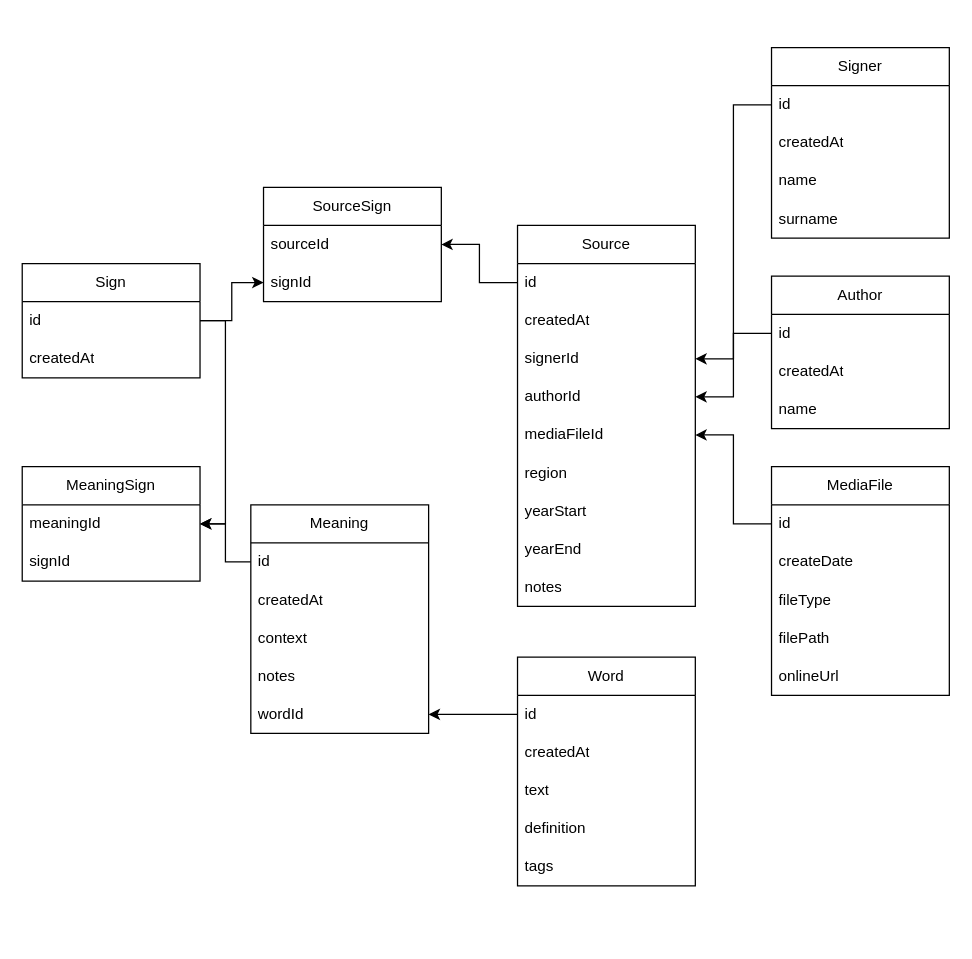
This is database_schema.drawio from Hoinkas/SignArchive, a draw.io file, before an edit. Source tidied: cells renumbered, new cells numbered last; positions are measured from the earlier drawing's top-left corner, leaving out a move shared by most shapes. Both pictures are drawn from the tidied source at 127%, with x=0, y=0 at pixel (22, 47).
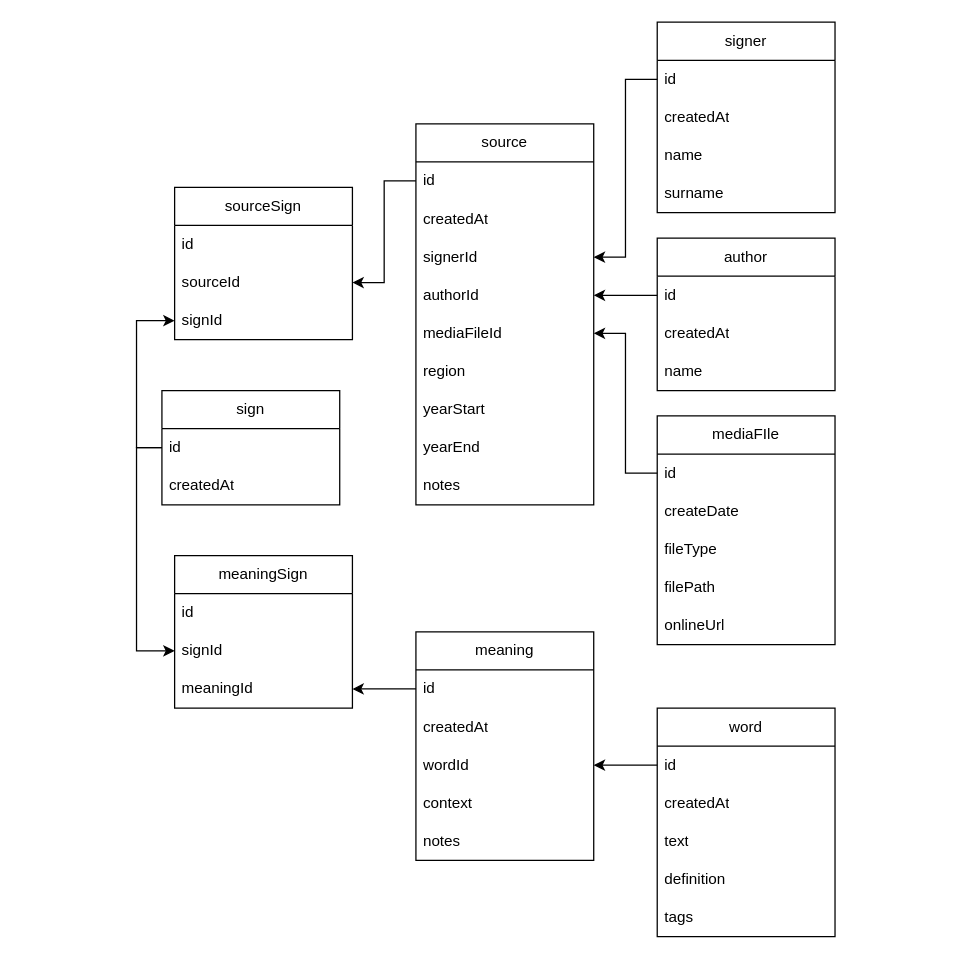
After the change.

The change refers to these unchanged cells:
```xml
<mxCell id="3" value="id" style="text;strokeColor=none;fillColor=none;align=left;verticalAlign=middle;spacingLeft=4;spacingRight=4;overflow=hidden;points=[[0,0.5],[1,0.5]];portConstraint=eastwest;whiteSpace=wrap;html=1;" parent="2" vertex="1">
  <mxGeometry y="30" width="140" height="30" as="geometry" />
</mxCell>
<mxCell id="9" value="id" style="text;strokeColor=none;fillColor=none;align=left;verticalAlign=middle;spacingLeft=4;spacingRight=4;overflow=hidden;points=[[0,0.5],[1,0.5]];portConstraint=eastwest;whiteSpace=wrap;html=1;" parent="8" vertex="1">
  <mxGeometry y="30" width="140" height="30" as="geometry" />
</mxCell>
<mxCell id="14" value="id" style="text;strokeColor=none;fillColor=none;align=left;verticalAlign=middle;spacingLeft=4;spacingRight=4;overflow=hidden;points=[[0,0.5],[1,0.5]];portConstraint=eastwest;whiteSpace=wrap;html=1;" parent="13" vertex="1">
  <mxGeometry y="30" width="140" height="30" as="geometry" />
</mxCell>
<mxCell id="24" value="id" style="text;strokeColor=none;fillColor=none;align=left;verticalAlign=middle;spacingLeft=4;spacingRight=4;overflow=hidden;points=[[0,0.5],[1,0.5]];portConstraint=eastwest;whiteSpace=wrap;html=1;" parent="23" vertex="1">
  <mxGeometry y="30" width="140" height="30" as="geometry" />
</mxCell>
<mxCell id="30" value="id" style="text;strokeColor=none;fillColor=none;align=left;verticalAlign=middle;spacingLeft=4;spacingRight=4;overflow=hidden;points=[[0,0.5],[1,0.5]];portConstraint=eastwest;whiteSpace=wrap;html=1;" parent="29" vertex="1">
  <mxGeometry y="30" width="140" height="30" as="geometry" />
</mxCell>
<mxCell id="33" value="id" style="text;strokeColor=none;fillColor=none;align=left;verticalAlign=middle;spacingLeft=4;spacingRight=4;overflow=hidden;points=[[0,0.5],[1,0.5]];portConstraint=eastwest;whiteSpace=wrap;html=1;" parent="32" vertex="1">
  <mxGeometry y="30" width="140" height="30" as="geometry" />
</mxCell>
```

What changed in the source:
```diff
@@
-    <mxCell id="2" value="Meaning" style="swimlane;fontStyle=0;horizontal=1;startSize=30;whiteSpace=wrap;html=1;" parent="1" vertex="1">
-      <mxGeometry x="180" y="360" width="140" height="180" as="geometry" />
+    <mxCell id="2" value="meaning" style="swimlane;fontStyle=0;horizontal=1;startSize=30;whiteSpace=wrap;html=1;" parent="1" vertex="1">
+      <mxGeometry x="310" y="460" width="140" height="180" as="geometry" />
     </mxCell>
@@
+    <mxCell id="7" value="wordId" style="text;strokeColor=none;fillColor=none;align=left;verticalAlign=middle;spacingLeft=4;spacingRight=4;overflow=hidden;points=[[0,0.5],[1,0.5]];portConstraint=eastwest;whiteSpace=wrap;html=1;" parent="2" vertex="1">
+      <mxGeometry y="90" width="140" height="30" as="geometry" />
+    </mxCell>
     <mxCell id="5" value="context" style="text;strokeColor=none;fillColor=none;align=left;verticalAlign=middle;spacingLeft=4;spacingRight=4;overflow=hidden;whiteSpace=wrap;html=1;" parent="2" vertex="1">
-      <mxGeometry y="90" width="140" height="30" as="geometry" />
+      <mxGeometry y="120" width="140" height="30" as="geometry" />
     </mxCell>
     <mxCell id="6" value="notes" style="text;strokeColor=none;fillColor=none;align=left;verticalAlign=middle;spacingLeft=4;spacingRight=4;overflow=hidden;whiteSpace=wrap;html=1;" parent="2" vertex="1">
-      <mxGeometry y="120" width="140" height="30" as="geometry" />
+      <mxGeometry y="150" width="140" height="30" as="geometry" />
     </mxCell>
-    <mxCell id="7" value="wordId" style="text;strokeColor=none;fillColor=none;align=left;verticalAlign=middle;spacingLeft=4;spacingRight=4;overflow=hidden;points=[[0,0.5],[1,0.5]];portConstraint=eastwest;whiteSpace=wrap;html=1;" parent="2" vertex="1">
-      <mxGeometry y="150" width="140" height="30" as="geometry" />
-    </mxCell>
-    <mxCell id="8" value="Signer" style="swimlane;fontStyle=0;horizontal=1;startSize=30;whiteSpace=wrap;html=1;" parent="1" vertex="1">
-      <mxGeometry x="590" width="140" height="150" as="geometry" />
+    <mxCell id="8" value="signer" style="swimlane;fontStyle=0;horizontal=1;startSize=30;whiteSpace=wrap;html=1;" parent="1" vertex="1">
+      <mxGeometry x="500" y="-20" width="140" height="150" as="geometry" />
     </mxCell>
@@
-    <mxCell id="13" value="Source" style="swimlane;fontStyle=0;horizontal=1;startSize=30;whiteSpace=wrap;html=1;" parent="1" vertex="1">
-      <mxGeometry x="390" y="140" width="140" height="300" as="geometry" />
+    <mxCell id="13" value="source" style="swimlane;fontStyle=0;horizontal=1;startSize=30;whiteSpace=wrap;html=1;" parent="1" vertex="1">
+      <mxGeometry x="310" y="60" width="140" height="300" as="geometry" />
     </mxCell>
@@
+    <mxCell id="56" value="createdAt" style="text;strokeColor=none;fillColor=none;align=left;verticalAlign=middle;spacingLeft=4;spacingRight=4;overflow=hidden;whiteSpace=wrap;html=1;" parent="13" vertex="1">
+      <mxGeometry y="60" width="140" height="30" as="geometry" />
+    </mxCell>
+    <mxCell id="57" value="signerId" style="text;strokeColor=none;fillColor=none;align=left;verticalAlign=middle;spacingLeft=4;spacingRight=4;overflow=hidden;points=[[0,0.5],[1,0.5]];portConstraint=eastwest;whiteSpace=wrap;html=1;" parent="13" vertex="1">
+      <mxGeometry y="90" width="140" height="30" as="geometry" />
+    </mxCell>
-    <mxCell id="15" value="createdAt" style="text;strokeColor=none;fillColor=none;align=left;verticalAlign=middle;spacingLeft=4;spacingRight=4;overflow=hidden;points=[[0,0.5],[1,0.5]];portConstraint=eastwest;whiteSpace=wrap;html=1;" parent="13" vertex="1">
-      <mxGeometry y="60" width="140" height="30" as="geometry" />
+    <mxCell id="15" value="authorId" style="text;strokeColor=none;fillColor=none;align=left;verticalAlign=middle;spacingLeft=4;spacingRight=4;overflow=hidden;points=[[0,0.5],[1,0.5]];portConstraint=eastwest;whiteSpace=wrap;html=1;" parent="13" vertex="1">
+      <mxGeometry y="120" width="140" height="30" as="geometry" />
     </mxCell>
-    <mxCell id="16" value="signerId" style="text;strokeColor=none;fillColor=none;align=left;verticalAlign=middle;spacingLeft=4;spacingRight=4;overflow=hidden;points=[[0,0.5],[1,0.5]];portConstraint=eastwest;whiteSpace=wrap;html=1;" parent="13" vertex="1">
-      <mxGeometry y="90" width="140" height="30" as="geometry" />
+    <mxCell id="16" value="mediaFileId" style="text;strokeColor=none;fillColor=none;align=left;verticalAlign=middle;spacingLeft=4;spacingRight=4;overflow=hidden;points=[[0,0.5],[1,0.5]];portConstraint=eastwest;whiteSpace=wrap;html=1;" parent="13" vertex="1">
+      <mxGeometry y="150" width="140" height="30" as="geometry" />
     </mxCell>
-    <mxCell id="17" value="authorId" style="text;strokeColor=none;fillColor=none;align=left;verticalAlign=middle;spacingLeft=4;spacingRight=4;overflow=hidden;points=[[0,0.5],[1,0.5]];portConstraint=eastwest;whiteSpace=wrap;html=1;" parent="13" vertex="1">
-      <mxGeometry y="120" width="140" height="30" as="geometry" />
+    <mxCell id="17" value="region" style="text;strokeColor=none;fillColor=none;align=left;verticalAlign=middle;spacingLeft=4;spacingRight=4;overflow=hidden;points=[[0,0.5],[1,0.5]];portConstraint=eastwest;whiteSpace=wrap;html=1;" parent="13" vertex="1">
+      <mxGeometry y="180" width="140" height="30" as="geometry" />
     </mxCell>
-    <mxCell id="18" value="mediaFileId" style="text;strokeColor=none;fillColor=none;align=left;verticalAlign=middle;spacingLeft=4;spacingRight=4;overflow=hidden;points=[[0,0.5],[1,0.5]];portConstraint=eastwest;whiteSpace=wrap;html=1;" parent="13" vertex="1">
-      <mxGeometry y="150" width="140" height="30" as="geometry" />
-    </mxCell>
-    <mxCell id="19" value="region" style="text;strokeColor=none;fillColor=none;align=left;verticalAlign=middle;spacingLeft=4;spacingRight=4;overflow=hidden;whiteSpace=wrap;html=1;" parent="13" vertex="1">
-      <mxGeometry y="180" width="140" height="30" as="geometry" />
-    </mxCell>
@@
-    <mxCell id="23" value="Word" style="swimlane;fontStyle=0;horizontal=1;startSize=30;whiteSpace=wrap;html=1;" parent="1" vertex="1">
-      <mxGeometry x="390" y="480" width="140" height="180" as="geometry" />
+    <mxCell id="23" value="word" style="swimlane;fontStyle=0;horizontal=1;startSize=30;whiteSpace=wrap;html=1;" parent="1" vertex="1">
+      <mxGeometry x="500" y="520" width="140" height="180" as="geometry" />
     </mxCell>
@@
-    <mxCell id="29" value="Sign" style="swimlane;fontStyle=0;horizontal=1;startSize=30;whiteSpace=wrap;html=1;" parent="1" vertex="1">
-      <mxGeometry y="170" width="140" height="90" as="geometry" />
+    <mxCell id="29" value="sign" style="swimlane;fontStyle=0;horizontal=1;startSize=30;whiteSpace=wrap;html=1;" parent="1" vertex="1">
+      <mxGeometry x="110" y="270" width="140" height="90" as="geometry" />
     </mxCell>
@@
-    <mxCell id="32" value="Author" style="swimlane;fontStyle=0;horizontal=1;startSize=30;whiteSpace=wrap;html=1;" parent="1" vertex="1">
-      <mxGeometry x="590" y="180" width="140" height="120" as="geometry" />
+    <mxCell id="32" value="author" style="swimlane;fontStyle=0;horizontal=1;startSize=30;whiteSpace=wrap;html=1;" parent="1" vertex="1">
+      <mxGeometry x="500" y="150" width="140" height="120" as="geometry" />
     </mxCell>
@@
-    <mxCell id="36" value="MeaningSign" style="swimlane;fontStyle=0;horizontal=1;startSize=30;whiteSpace=wrap;html=1;" parent="1" vertex="1">
-      <mxGeometry y="330" width="140" height="90" as="geometry" />
+    <mxCell id="36" value="meaningSign" style="swimlane;fontStyle=0;horizontal=1;startSize=30;whiteSpace=wrap;html=1;" parent="1" vertex="1">
+      <mxGeometry x="120" y="400" width="140" height="120" as="geometry" />
     </mxCell>
+    <mxCell id="58" value="id" style="text;strokeColor=none;fillColor=none;align=left;verticalAlign=middle;spacingLeft=4;spacingRight=4;overflow=hidden;whiteSpace=wrap;html=1;" parent="36" vertex="1">
+      <mxGeometry y="30" width="140" height="30" as="geometry" />
+    </mxCell>
+    <mxCell id="38" value="signId" style="text;strokeColor=none;fillColor=none;align=left;verticalAlign=middle;spacingLeft=4;spacingRight=4;overflow=hidden;points=[[0,0.5],[1,0.5]];portConstraint=eastwest;whiteSpace=wrap;html=1;" parent="36" vertex="1">
+      <mxGeometry y="60" width="140" height="30" as="geometry" />
+    </mxCell>
     <mxCell id="37" value="meaningId" style="text;strokeColor=none;fillColor=none;align=left;verticalAlign=middle;spacingLeft=4;spacingRight=4;overflow=hidden;points=[[0,0.5],[1,0.5]];portConstraint=eastwest;whiteSpace=wrap;html=1;" parent="36" vertex="1">
-      <mxGeometry y="30" width="140" height="30" as="geometry" />
+      <mxGeometry y="90" width="140" height="30" as="geometry" />
     </mxCell>
-    <mxCell id="38" value="signId" style="text;strokeColor=none;fillColor=none;align=left;verticalAlign=middle;spacingLeft=4;spacingRight=4;overflow=hidden;points=[[0,0.5],[1,0.5]];portConstraint=eastwest;whiteSpace=wrap;html=1;" parent="36" vertex="1">
-      <mxGeometry y="60" width="140" height="30" as="geometry" />
-    </mxCell>
-    <mxCell id="39" style="edgeStyle=orthogonalEdgeStyle;rounded=0;jettySize=auto;html=1;exitX=1;exitY=0.5;exitDx=0;exitDy=0;entryX=1;entryY=0.5;entryDx=0;entryDy=0;" parent="1" edge="1" source="30" target="37">
-      <mxGeometry relative="1" as="geometry" />
-    </mxCell>
-    <mxCell id="40" value="SourceSign" style="swimlane;fontStyle=0;horizontal=1;startSize=30;whiteSpace=wrap;html=1;" parent="1" vertex="1">
-      <mxGeometry x="190" y="110" width="140" height="90" as="geometry" />
+    <mxCell id="40" value="sourceSign" style="swimlane;fontStyle=0;horizontal=1;startSize=30;whiteSpace=wrap;html=1;" parent="1" vertex="1">
+      <mxGeometry x="120" y="110" width="140" height="120" as="geometry" />
     </mxCell>
+    <mxCell id="59" value="id" style="text;strokeColor=none;fillColor=none;align=left;verticalAlign=middle;spacingLeft=4;spacingRight=4;overflow=hidden;whiteSpace=wrap;html=1;" parent="40" vertex="1">
+      <mxGeometry y="30" width="140" height="30" as="geometry" />
+    </mxCell>
     <mxCell id="41" value="sourceId" style="text;strokeColor=none;fillColor=none;align=left;verticalAlign=middle;spacingLeft=4;spacingRight=4;overflow=hidden;points=[[0,0.5],[1,0.5]];portConstraint=eastwest;whiteSpace=wrap;html=1;" parent="40" vertex="1">
-      <mxGeometry y="30" width="140" height="30" as="geometry" />
+      <mxGeometry y="60" width="140" height="30" as="geometry" />
     </mxCell>
     <mxCell id="42" value="signId" style="text;strokeColor=none;fillColor=none;align=left;verticalAlign=middle;spacingLeft=4;spacingRight=4;overflow=hidden;points=[[0,0.5],[1,0.5]];portConstraint=eastwest;whiteSpace=wrap;html=1;" parent="40" vertex="1">
-      <mxGeometry y="60" width="140" height="30" as="geometry" />
+      <mxGeometry y="90" width="140" height="30" as="geometry" />
     </mxCell>
+    <mxCell id="55" style="edgeStyle=orthogonalEdgeStyle;rounded=0;jettySize=auto;html=1;exitX=0;exitY=0.5;exitDx=0;exitDy=0;entryX=1;entryY=0.5;entryDx=0;entryDy=0;" parent="1" edge="1" source="24" target="7">
+      <mxGeometry relative="1" as="geometry" />
+    </mxCell>
-    <mxCell id="43" style="edgeStyle=orthogonalEdgeStyle;rounded=0;jettySize=auto;html=1;exitX=0;exitY=0.5;exitDx=0;exitDy=0;entryX=1;entryY=0.5;entryDx=0;entryDy=0;" parent="1" edge="1" source="3" target="37">
+    <mxCell id="43" style="edgeStyle=orthogonalEdgeStyle;rounded=0;jettySize=auto;html=1;exitX=0;exitY=0.5;exitDx=0;exitDy=0;" parent="1" edge="1" source="3" target="37">
       <mxGeometry relative="1" as="geometry" />
     </mxCell>
-    <mxCell id="44" value="MediaFile" style="swimlane;fontStyle=0;horizontal=1;startSize=30;whiteSpace=wrap;html=1;" parent="1" vertex="1">
-      <mxGeometry x="590" y="330" width="140" height="180" as="geometry" />
-    </mxCell>
-    <mxCell id="45" value="id" style="text;strokeColor=none;fillColor=none;align=left;verticalAlign=middle;spacingLeft=4;spacingRight=4;overflow=hidden;points=[[0,0.5],[1,0.5]];portConstraint=eastwest;whiteSpace=wrap;html=1;" parent="44" vertex="1">
-      <mxGeometry y="30" width="140" height="30" as="geometry" />
-    </mxCell>
+    <mxCell id="51" style="edgeStyle=orthogonalEdgeStyle;rounded=0;jettySize=auto;html=1;exitX=0;exitY=0.5;exitDx=0;exitDy=0;" parent="1" edge="1" source="14" target="41">
+      <mxGeometry relative="1" as="geometry" />
+    </mxCell>
+    <mxCell id="60" value="mediaFIle" style="swimlane;fontStyle=0;horizontal=1;startSize=30;whiteSpace=wrap;html=1;" parent="1" vertex="1">
+      <mxGeometry x="500" y="290" width="140" height="180" as="geometry" />
+    </mxCell>
+    <mxCell id="61" value="id" style="text;strokeColor=none;fillColor=none;align=left;verticalAlign=middle;spacingLeft=4;spacingRight=4;overflow=hidden;points=[[0,0.5],[1,0.5]];portConstraint=eastwest;whiteSpace=wrap;html=1;" parent="60" vertex="1">
+      <mxGeometry y="30" width="140" height="30" as="geometry" />
+    </mxCell>
-    <mxCell id="46" value="createDate" style="text;strokeColor=none;fillColor=none;align=left;verticalAlign=middle;spacingLeft=4;spacingRight=4;overflow=hidden;whiteSpace=wrap;html=1;" parent="44" vertex="1">
+    <mxCell id="46" value="createDate" style="text;strokeColor=none;fillColor=none;align=left;verticalAlign=middle;spacingLeft=4;spacingRight=4;overflow=hidden;whiteSpace=wrap;html=1;" parent="60" vertex="1">
       <mxGeometry y="60" width="140" height="30" as="geometry" />
     </mxCell>
-    <mxCell id="47" value="fileType" style="text;strokeColor=none;fillColor=none;align=left;verticalAlign=middle;spacingLeft=4;spacingRight=4;overflow=hidden;whiteSpace=wrap;html=1;" parent="44" vertex="1">
+    <mxCell id="47" value="fileType" style="text;strokeColor=none;fillColor=none;align=left;verticalAlign=middle;spacingLeft=4;spacingRight=4;overflow=hidden;whiteSpace=wrap;html=1;" parent="60" vertex="1">
       <mxGeometry y="90" width="140" height="30" as="geometry" />
     </mxCell>
-    <mxCell id="48" value="filePath" style="text;strokeColor=none;fillColor=none;align=left;verticalAlign=middle;spacingLeft=4;spacingRight=4;overflow=hidden;whiteSpace=wrap;html=1;" parent="44" vertex="1">
+    <mxCell id="48" value="filePath" style="text;strokeColor=none;fillColor=none;align=left;verticalAlign=middle;spacingLeft=4;spacingRight=4;overflow=hidden;whiteSpace=wrap;html=1;" parent="60" vertex="1">
       <mxGeometry y="120" width="140" height="30" as="geometry" />
     </mxCell>
-    <mxCell id="49" value="onlineUrl" style="text;strokeColor=none;fillColor=none;align=left;verticalAlign=middle;spacingLeft=4;spacingRight=4;overflow=hidden;whiteSpace=wrap;html=1;" parent="44" vertex="1">
+    <mxCell id="49" value="onlineUrl" style="text;strokeColor=none;fillColor=none;align=left;verticalAlign=middle;spacingLeft=4;spacingRight=4;overflow=hidden;whiteSpace=wrap;html=1;" parent="60" vertex="1">
       <mxGeometry y="150" width="140" height="30" as="geometry" />
     </mxCell>
+    <mxCell id="62" style="edgeStyle=orthogonalEdgeStyle;rounded=0;jettySize=auto;html=1;exitX=0;exitY=0.5;exitDx=0;exitDy=0;" parent="1" edge="1" source="61" target="16">
+      <mxGeometry relative="1" as="geometry" />
+    </mxCell>
+    <mxCell id="63" style="edgeStyle=orthogonalEdgeStyle;rounded=0;jettySize=auto;html=1;exitX=0;exitY=0.5;exitDx=0;exitDy=0;" parent="1" edge="1" source="9" target="57">
+      <mxGeometry relative="1" as="geometry" />
+    </mxCell>
+    <mxCell id="64" style="edgeStyle=orthogonalEdgeStyle;rounded=0;jettySize=auto;html=1;exitX=0;exitY=0.5;exitDx=0;exitDy=0;" parent="1" edge="1" source="33" target="15">
+      <mxGeometry relative="1" as="geometry" />
+    </mxCell>
+    <mxCell id="65" style="edgeStyle=orthogonalEdgeStyle;rounded=0;jettySize=auto;html=1;exitX=0;exitY=0.5;exitDx=0;exitDy=0;entryX=0;entryY=0.5;entryDx=0;entryDy=0;" parent="1" edge="1" source="30" target="38">
+      <mxGeometry relative="1" as="geometry" />
+    </mxCell>
-    <mxCell id="50" style="edgeStyle=orthogonalEdgeStyle;rounded=0;jettySize=auto;html=1;exitX=1;exitY=0.5;exitDx=0;exitDy=0;entryX=0;entryY=0.5;entryDx=0;entryDy=0;" parent="1" edge="1" source="30" target="42">
+    <mxCell id="50" style="edgeStyle=orthogonalEdgeStyle;rounded=0;jettySize=auto;html=1;exitX=0;exitY=0.5;exitDx=0;exitDy=0;" parent="1" edge="1" source="30" target="42">
       <mxGeometry relative="1" as="geometry" />
     </mxCell>
-    <mxCell id="51" style="edgeStyle=orthogonalEdgeStyle;rounded=0;jettySize=auto;html=1;exitX=0;exitY=0.5;exitDx=0;exitDy=0;" parent="1" edge="1" source="14" target="41">
-      <mxGeometry relative="1" as="geometry" />
-    </mxCell>
-    <mxCell id="52" style="edgeStyle=orthogonalEdgeStyle;rounded=0;jettySize=auto;html=1;exitX=0;exitY=0.5;exitDx=0;exitDy=0;" parent="1" edge="1" source="33" target="17">
-      <mxGeometry relative="1" as="geometry" />
-    </mxCell>
-    <mxCell id="53" style="edgeStyle=orthogonalEdgeStyle;rounded=0;jettySize=auto;html=1;exitX=0;exitY=0.5;exitDx=0;exitDy=0;" parent="1" edge="1" source="9" target="16">
-      <mxGeometry relative="1" as="geometry" />
-    </mxCell>
-    <mxCell id="54" style="edgeStyle=orthogonalEdgeStyle;rounded=0;jettySize=auto;html=1;exitX=0;exitY=0.5;exitDx=0;exitDy=0;" parent="1" edge="1" source="45" target="18">
-      <mxGeometry relative="1" as="geometry" />
-    </mxCell>
-    <mxCell id="55" style="edgeStyle=orthogonalEdgeStyle;rounded=0;jettySize=auto;html=1;exitX=0;exitY=0.5;exitDx=0;exitDy=0;" parent="1" edge="1" source="24" target="7">
-      <mxGeometry relative="1" as="geometry" />
-    </mxCell>
```
